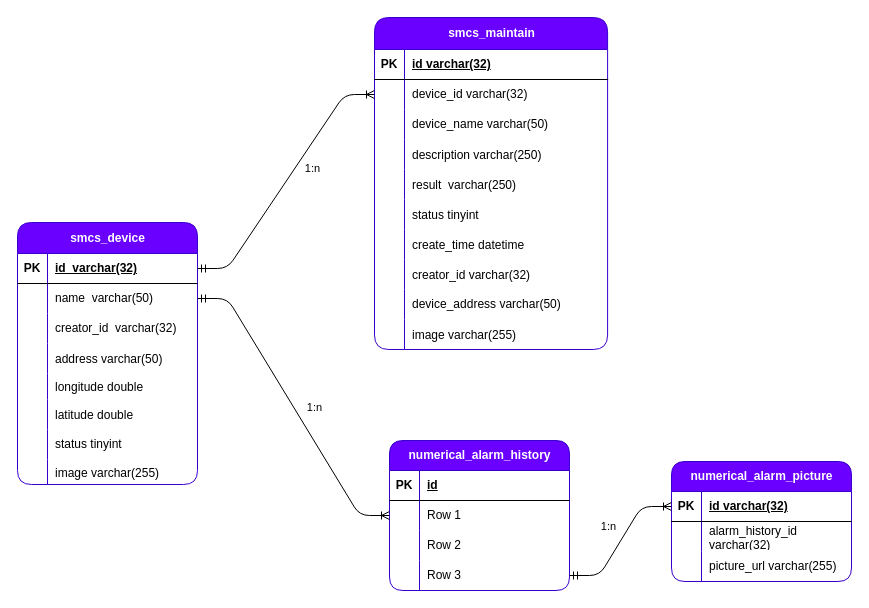
This is page "数据库e-r图" (3 of 4) of 模块.drawio from viking-wj/software, a draw.io file, before an edit. Source tidied: cells renumbered, new cells numbered last; positions are measured from the earlier drawing's top-left corner, leaving out a move shared by most shapes. Both pictures are drawn from the tidied source at 100%, with x=0, y=0 at pixel (17, 17).
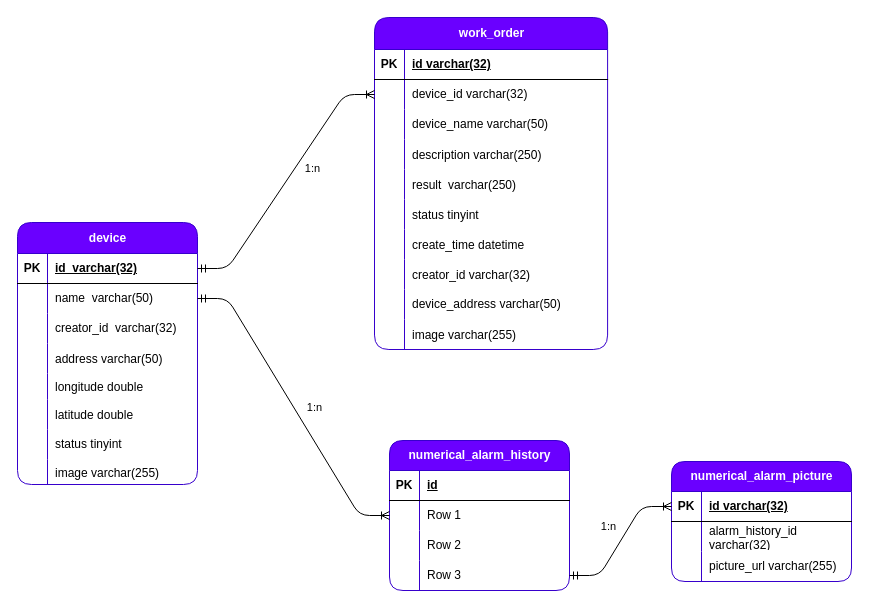
The same diagram, later.

Change to the diagram source:
```diff
@@
-    <mxCell id="2" value="smcs_device" style="shape=table;startSize=31;childLayout=tableLayout;rowLines=0;fontStyle=1;align=center;html=1;rounded=1;labelBackgroundColor=none;fillColor=#6a00ff;fontColor=#ffffff;strokeColor=#3700CC;" parent="1" vertex="1">
+    <mxCell id="2" value="device" style="shape=table;startSize=31;childLayout=tableLayout;rowLines=0;fontStyle=1;align=center;html=1;rounded=1;labelBackgroundColor=none;fillColor=#6a00ff;fontColor=#ffffff;strokeColor=#3700CC;" parent="1" vertex="1">
       <mxGeometry y="205" width="180" height="262" as="geometry" />
     </mxCell>
@@
-    <mxCell id="27" value="smcs_maintain" style="shape=table;startSize=32;childLayout=tableLayout;rowLines=0;fontStyle=1;align=center;html=1;rounded=1;labelBackgroundColor=none;fillColor=#6a00ff;fontColor=#ffffff;strokeColor=#3700CC;" parent="1" vertex="1">
+    <mxCell id="27" value="work_order" style="shape=table;startSize=32;childLayout=tableLayout;rowLines=0;fontStyle=1;align=center;html=1;rounded=1;labelBackgroundColor=none;fillColor=#6a00ff;fontColor=#ffffff;strokeColor=#3700CC;" parent="1" vertex="1">
       <mxGeometry x="357" width="233.1" height="332" as="geometry" />
     </mxCell>
```
